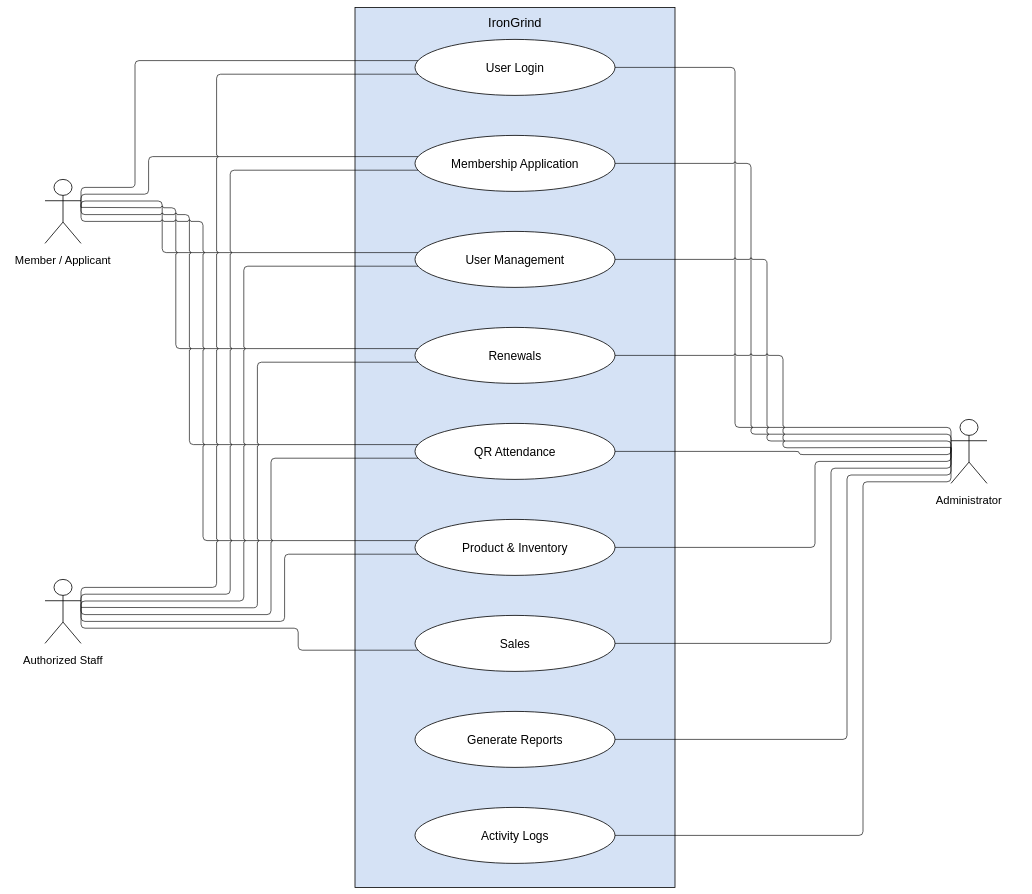
IronGrind/irongrind.github.io keeps this draw.io diagram as Documentations/Chapter 3 Diagrams/04-use-cases.drawio. Above is the earlier version. Source tidied: cells renumbered, new cells numbered last; positions are measured from the earlier drawing's top-left corner, leaving out a move shared by most shapes. Both pictures are drawn from the tidied source at 40%, with x=0, y=0 at pixel (7, 7).
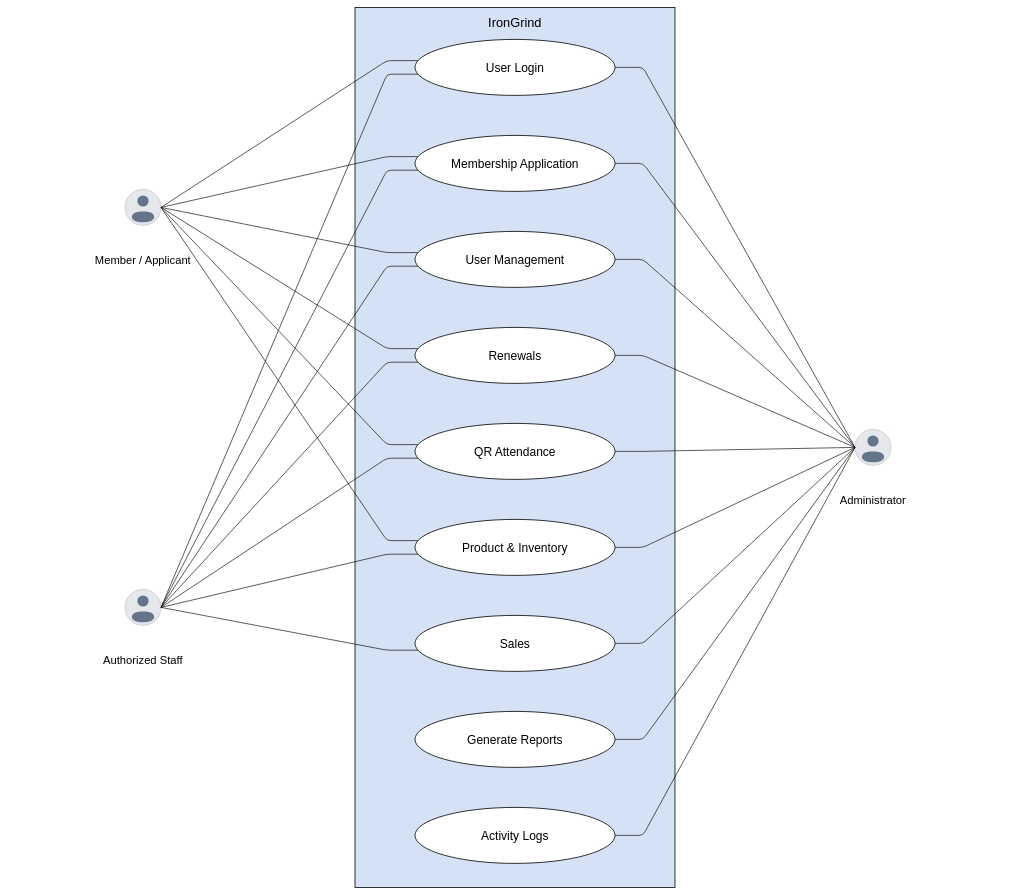
The same diagram, later.

Commit message (it also covers changes not shown here):
Update use case diagram generation logic and adjust dimensions for better layout

Unchanged cells that the change refers to:
```xml
<mxCell id="4" value="User Login" style="ellipse;whiteSpace=wrap;html=0;fillColor=#ffffff;strokeColor=#000000;strokeWidth=2;fontFamily=Arial;fontSize=30;" parent="1" vertex="1">
  <mxGeometry x="1020" y="80" width="500" height="140" as="geometry" />
</mxCell>
<mxCell id="5" value="Membership Application" style="ellipse;whiteSpace=wrap;html=0;fillColor=#ffffff;strokeColor=#000000;strokeWidth=2;fontFamily=Arial;fontSize=30;" parent="1" vertex="1">
  <mxGeometry x="1020" y="320" width="500" height="140" as="geometry" />
</mxCell>
<mxCell id="6" value="User Management" style="ellipse;whiteSpace=wrap;html=0;fillColor=#ffffff;strokeColor=#000000;strokeWidth=2;fontFamily=Arial;fontSize=30;" parent="1" vertex="1">
  <mxGeometry x="1020" y="560" width="500" height="140" as="geometry" />
</mxCell>
<mxCell id="7" value="Renewals" style="ellipse;whiteSpace=wrap;html=0;fillColor=#ffffff;strokeColor=#000000;strokeWidth=2;fontFamily=Arial;fontSize=30;" parent="1" vertex="1">
  <mxGeometry x="1020" y="800" width="500" height="140" as="geometry" />
</mxCell>
<mxCell id="8" value="QR Attendance" style="ellipse;whiteSpace=wrap;html=0;fillColor=#ffffff;strokeColor=#000000;strokeWidth=2;fontFamily=Arial;fontSize=30;" parent="1" vertex="1">
  <mxGeometry x="1020" y="1040" width="500" height="140" as="geometry" />
</mxCell>
<mxCell id="9" value="Product &amp; Inventory" style="ellipse;whiteSpace=wrap;html=0;fillColor=#ffffff;strokeColor=#000000;strokeWidth=2;fontFamily=Arial;fontSize=30;" parent="1" vertex="1">
  <mxGeometry x="1020" y="1280" width="500" height="140" as="geometry" />
</mxCell>
<mxCell id="10" value="Sales" style="ellipse;whiteSpace=wrap;html=0;fillColor=#ffffff;strokeColor=#000000;strokeWidth=2;fontFamily=Arial;fontSize=30;" parent="1" vertex="1">
  <mxGeometry x="1020" y="1520" width="500" height="140" as="geometry" />
</mxCell>
<mxCell id="11" value="Generate Reports" style="ellipse;whiteSpace=wrap;html=0;fillColor=#ffffff;strokeColor=#000000;strokeWidth=2;fontFamily=Arial;fontSize=30;" parent="1" vertex="1">
  <mxGeometry x="1020" y="1760" width="500" height="140" as="geometry" />
</mxCell>
<mxCell id="12" value="Activity Logs" style="ellipse;whiteSpace=wrap;html=0;fillColor=#ffffff;strokeColor=#000000;strokeWidth=2;fontFamily=Arial;fontSize=30;" parent="1" vertex="1">
  <mxGeometry x="1020" y="2000" width="500" height="140" as="geometry" />
</mxCell>
```

Diff of the diagram source:
```diff
@@
-    <mxCell id="13" style="shape=umlActor;verticalLabelPosition=bottom;verticalAlign=top;fillColor=#ffffff;strokeColor=#000000;strokeWidth=2;" parent="1" vertex="1">
-      <mxGeometry x="95" y="430" width="90" height="160" as="geometry" />
+    <mxCell id="13" style="group;" parent="1" vertex="1">
+      <mxGeometry x="295" y="430" width="90" height="160" as="geometry" />
     </mxCell>
-    <mxCell id="14" value="Member / Applicant" style="text;html=0;whiteSpace=wrap;align=center;fontFamily=Arial;fontSize=28;" parent="1" vertex="1">
-      <mxGeometry y="610" width="280" height="50" as="geometry" />
+    <mxCell id="14" style="ellipse;fillColor=#e5e7eb;strokeColor=#9ca3af;strokeWidth=1;" parent="13" vertex="1">
+      <mxGeometry y="25" width="90" height="90" as="geometry" />
     </mxCell>
+    <mxCell id="21" style="ellipse;fillColor=#64748b;strokeColor=none;" parent="13" vertex="1">
+      <mxGeometry x="31" y="40" width="28" height="28" as="geometry" />
+    </mxCell>
+    <mxCell id="22" style="rounded=1;arcSize=80;fillColor=#64748b;strokeColor=none;" parent="13" vertex="1">
+      <mxGeometry x="17" y="80" width="56" height="27" as="geometry" />
+    </mxCell>
+    <mxCell id="30" value="Member / Applicant" style="text;html=0;whiteSpace=wrap;align=center;fontFamily=Arial;fontSize=28;" parent="1" vertex="1">
+      <mxGeometry x="200" y="610" width="280" height="50" as="geometry" />
+    </mxCell>
-    <mxCell id="15" style="edgeStyle=segmentEdgeStyle;startArrow=none;endArrow=none;jumpStyle=arc;jumpSize=6;strokeColor=#000000;strokeWidth=1.6;exitX=1;exitY=0.4375;entryX=0.014968967961000999;entryY=0.37857142857142856;exitPerimeter=0;entryPerimeter=0;" parent="1" edge="1" source="13" target="4">
+    <mxCell id="15" style="edgeStyle=none;startArrow=none;endArrow=none;strokeColor=#000000;strokeWidth=1.6;exitX=1;exitY=0.4375;entryX=0.014968967961001226;entryY=0.37857142857142856;exitPerimeter=0;entryPerimeter=0;" parent="1" edge="1" source="13" target="4">
       <mxGeometry relative="1" as="geometry">
         <Array as="points">
-          <mxPoint x="320" y="450" />
-          <mxPoint x="320" y="133" />
+          <mxPoint x="950" y="133" />
         </Array>
       </mxGeometry>
     </mxCell>
-    <mxCell id="16" style="edgeStyle=segmentEdgeStyle;startArrow=none;endArrow=none;jumpStyle=arc;jumpSize=6;strokeColor=#000000;strokeWidth=1.6;exitX=1;exitY=0.4375;entryX=0.014968967961000999;entryY=0.37857142857142856;exitPerimeter=0;entryPerimeter=0;" parent="1" edge="1" source="13" target="5">
+    <mxCell id="16" style="edgeStyle=none;startArrow=none;endArrow=none;strokeColor=#000000;strokeWidth=1.6;exitX=1;exitY=0.4375;entryX=0.014968967961001226;entryY=0.37857142857142856;exitPerimeter=0;entryPerimeter=0;" parent="1" edge="1" source="13" target="5">
       <mxGeometry relative="1" as="geometry">
         <Array as="points">
-          <mxPoint x="354" y="467" />
-          <mxPoint x="354" y="373" />
+          <mxPoint x="950" y="373" />
         </Array>
       </mxGeometry>
     </mxCell>
-    <mxCell id="17" style="edgeStyle=segmentEdgeStyle;startArrow=none;endArrow=none;jumpStyle=arc;jumpSize=6;strokeColor=#000000;strokeWidth=1.6;exitX=1;exitY=0.4375;entryX=0.014968967961000999;entryY=0.37857142857142856;exitPerimeter=0;entryPerimeter=0;" parent="1" edge="1" source="13" target="6">
+    <mxCell id="17" style="edgeStyle=none;startArrow=none;endArrow=none;strokeColor=#000000;strokeWidth=1.6;exitX=1;exitY=0.4375;entryX=0.014968967961001226;entryY=0.37857142857142856;exitPerimeter=0;entryPerimeter=0;" parent="1" edge="1" source="13" target="6">
       <mxGeometry relative="1" as="geometry">
         <Array as="points">
-          <mxPoint x="388" y="484" />
-          <mxPoint x="388" y="613" />
+          <mxPoint x="950" y="613" />
         </Array>
       </mxGeometry>
     </mxCell>
-    <mxCell id="18" style="edgeStyle=segmentEdgeStyle;startArrow=none;endArrow=none;jumpStyle=arc;jumpSize=6;strokeColor=#000000;strokeWidth=1.6;exitX=1;exitY=0.4375;entryX=0.014968967961000999;entryY=0.37857142857142856;exitPerimeter=0;entryPerimeter=0;" parent="1" edge="1" source="13" target="7">
+    <mxCell id="18" style="edgeStyle=none;startArrow=none;endArrow=none;strokeColor=#000000;strokeWidth=1.6;exitX=1;exitY=0.4375;entryX=0.014968967961001226;entryY=0.37857142857142856;exitPerimeter=0;entryPerimeter=0;" parent="1" edge="1" source="13" target="7">
       <mxGeometry relative="1" as="geometry">
         <Array as="points">
-          <mxPoint x="422" y="501" />
-          <mxPoint x="422" y="853" />
+          <mxPoint x="950" y="853" />
         </Array>
       </mxGeometry>
     </mxCell>
-    <mxCell id="19" style="edgeStyle=segmentEdgeStyle;startArrow=none;endArrow=none;jumpStyle=arc;jumpSize=6;strokeColor=#000000;strokeWidth=1.6;exitX=1;exitY=0.4375;entryX=0.014968967961000999;entryY=0.37857142857142856;exitPerimeter=0;entryPerimeter=0;" parent="1" edge="1" source="13" target="8">
+    <mxCell id="19" style="edgeStyle=none;startArrow=none;endArrow=none;strokeColor=#000000;strokeWidth=1.6;exitX=1;exitY=0.4375;entryX=0.014968967961001226;entryY=0.37857142857142856;exitPerimeter=0;entryPerimeter=0;" parent="1" edge="1" source="13" target="8">
       <mxGeometry relative="1" as="geometry">
         <Array as="points">
-          <mxPoint x="456" y="518" />
-          <mxPoint x="456" y="1093" />
+          <mxPoint x="950" y="1093" />
         </Array>
       </mxGeometry>
     </mxCell>
-    <mxCell id="20" style="edgeStyle=segmentEdgeStyle;startArrow=none;endArrow=none;jumpStyle=arc;jumpSize=6;strokeColor=#000000;strokeWidth=1.6;exitX=1;exitY=0.4375;entryX=0.014968967961000999;entryY=0.37857142857142856;exitPerimeter=0;entryPerimeter=0;" parent="1" edge="1" source="13" target="9">
+    <mxCell id="20" style="edgeStyle=none;startArrow=none;endArrow=none;strokeColor=#000000;strokeWidth=1.6;exitX=1;exitY=0.4375;entryX=0.014968967961001226;entryY=0.37857142857142856;exitPerimeter=0;entryPerimeter=0;" parent="1" edge="1" source="13" target="9">
       <mxGeometry relative="1" as="geometry">
         <Array as="points">
-          <mxPoint x="490" y="535" />
-          <mxPoint x="490" y="1333" />
+          <mxPoint x="950" y="1333" />
         </Array>
       </mxGeometry>
     </mxCell>
-    <mxCell id="21" style="shape=umlActor;verticalLabelPosition=bottom;verticalAlign=top;fillColor=#ffffff;strokeColor=#000000;strokeWidth=2;" parent="1" vertex="1">
-      <mxGeometry x="95" y="1430" width="90" height="160" as="geometry" />
-    </mxCell>
-    <mxCell id="22" value="Authorized Staff" style="text;html=0;whiteSpace=wrap;align=center;fontFamily=Arial;fontSize=28;" parent="1" vertex="1">
-      <mxGeometry y="1610" width="280" height="50" as="geometry" />
-    </mxCell>
+    <mxCell id="31" style="group;" parent="1" vertex="1">
+      <mxGeometry x="295" y="1430" width="90" height="160" as="geometry" />
+    </mxCell>
+    <mxCell id="41" style="ellipse;fillColor=#e5e7eb;strokeColor=#9ca3af;strokeWidth=1;" parent="31" vertex="1">
+      <mxGeometry y="25" width="90" height="90" as="geometry" />
+    </mxCell>
+    <mxCell id="42" style="ellipse;fillColor=#64748b;strokeColor=none;" parent="31" vertex="1">
+      <mxGeometry x="31" y="40" width="28" height="28" as="geometry" />
+    </mxCell>
+    <mxCell id="43" style="rounded=1;arcSize=80;fillColor=#64748b;strokeColor=none;" parent="31" vertex="1">
+      <mxGeometry x="17" y="80" width="56" height="27" as="geometry" />
+    </mxCell>
+    <mxCell id="44" value="Authorized Staff" style="text;html=0;whiteSpace=wrap;align=center;fontFamily=Arial;fontSize=28;" parent="1" vertex="1">
+      <mxGeometry x="200" y="1610" width="280" height="50" as="geometry" />
+    </mxCell>
-    <mxCell id="23" style="edgeStyle=segmentEdgeStyle;startArrow=none;endArrow=none;jumpStyle=arc;jumpSize=6;strokeColor=#000000;strokeWidth=1.6;exitX=1;exitY=0.4375;entryX=0.014968967961000999;entryY=0.6214285714285714;exitPerimeter=0;entryPerimeter=0;" parent="1" edge="1" source="21" target="4">
+    <mxCell id="23" style="edgeStyle=none;startArrow=none;endArrow=none;strokeColor=#000000;strokeWidth=1.6;exitX=1;exitY=0.4375;entryX=0.014968967961001226;entryY=0.6214285714285714;exitPerimeter=0;entryPerimeter=0;" parent="1" edge="1" source="31" target="4">
       <mxGeometry relative="1" as="geometry">
         <Array as="points">
-          <mxPoint x="524" y="1450" />
-          <mxPoint x="524" y="167" />
+          <mxPoint x="950" y="167" />
         </Array>
       </mxGeometry>
     </mxCell>
-    <mxCell id="24" style="edgeStyle=segmentEdgeStyle;startArrow=none;endArrow=none;jumpStyle=arc;jumpSize=6;strokeColor=#000000;strokeWidth=1.6;exitX=1;exitY=0.4375;entryX=0.014968967961000999;entryY=0.6214285714285714;exitPerimeter=0;entryPerimeter=0;" parent="1" edge="1" source="21" target="5">
+    <mxCell id="24" style="edgeStyle=none;startArrow=none;endArrow=none;strokeColor=#000000;strokeWidth=1.6;exitX=1;exitY=0.4375;entryX=0.014968967961001226;entryY=0.6214285714285714;exitPerimeter=0;entryPerimeter=0;" parent="1" edge="1" source="31" target="5">
       <mxGeometry relative="1" as="geometry">
         <Array as="points">
-          <mxPoint x="558" y="1467" />
-          <mxPoint x="558" y="407" />
+          <mxPoint x="950" y="407" />
         </Array>
       </mxGeometry>
     </mxCell>
-    <mxCell id="25" style="edgeStyle=segmentEdgeStyle;startArrow=none;endArrow=none;jumpStyle=arc;jumpSize=6;strokeColor=#000000;strokeWidth=1.6;exitX=1;exitY=0.4375;entryX=0.014968967961000999;entryY=0.6214285714285714;exitPerimeter=0;entryPerimeter=0;" parent="1" edge="1" source="21" target="6">
+    <mxCell id="25" style="edgeStyle=none;startArrow=none;endArrow=none;strokeColor=#000000;strokeWidth=1.6;exitX=1;exitY=0.4375;entryX=0.014968967961001226;entryY=0.6214285714285714;exitPerimeter=0;entryPerimeter=0;" parent="1" edge="1" source="31" target="6">
       <mxGeometry relative="1" as="geometry">
         <Array as="points">
-          <mxPoint x="592" y="1484" />
-          <mxPoint x="592" y="647" />
+          <mxPoint x="950" y="647" />
         </Array>
       </mxGeometry>
     </mxCell>
-    <mxCell id="26" style="edgeStyle=segmentEdgeStyle;startArrow=none;endArrow=none;jumpStyle=arc;jumpSize=6;strokeColor=#000000;strokeWidth=1.6;exitX=1;exitY=0.4375;entryX=0.014968967961000999;entryY=0.6214285714285714;exitPerimeter=0;entryPerimeter=0;" parent="1" edge="1" source="21" target="7">
+    <mxCell id="26" style="edgeStyle=none;startArrow=none;endArrow=none;strokeColor=#000000;strokeWidth=1.6;exitX=1;exitY=0.4375;entryX=0.014968967961001226;entryY=0.6214285714285714;exitPerimeter=0;entryPerimeter=0;" parent="1" edge="1" source="31" target="7">
       <mxGeometry relative="1" as="geometry">
         <Array as="points">
-          <mxPoint x="626" y="1501" />
-          <mxPoint x="626" y="887" />
+          <mxPoint x="950" y="887" />
         </Array>
       </mxGeometry>
     </mxCell>
-    <mxCell id="27" style="edgeStyle=segmentEdgeStyle;startArrow=none;endArrow=none;jumpStyle=arc;jumpSize=6;strokeColor=#000000;strokeWidth=1.6;exitX=1;exitY=0.4375;entryX=0.014968967961000999;entryY=0.6214285714285714;exitPerimeter=0;entryPerimeter=0;" parent="1" edge="1" source="21" target="8">
+    <mxCell id="27" style="edgeStyle=none;startArrow=none;endArrow=none;strokeColor=#000000;strokeWidth=1.6;exitX=1;exitY=0.4375;entryX=0.014968967961001226;entryY=0.6214285714285714;exitPerimeter=0;entryPerimeter=0;" parent="1" edge="1" source="31" target="8">
       <mxGeometry relative="1" as="geometry">
         <Array as="points">
-          <mxPoint x="660" y="1518" />
-          <mxPoint x="660" y="1127" />
+          <mxPoint x="950" y="1127" />
         </Array>
       </mxGeometry>
     </mxCell>
-    <mxCell id="28" style="edgeStyle=segmentEdgeStyle;startArrow=none;endArrow=none;jumpStyle=arc;jumpSize=6;strokeColor=#000000;strokeWidth=1.6;exitX=1;exitY=0.4375;entryX=0.014968967961000999;entryY=0.6214285714285714;exitPerimeter=0;entryPerimeter=0;" parent="1" edge="1" source="21" target="9">
+    <mxCell id="28" style="edgeStyle=none;startArrow=none;endArrow=none;strokeColor=#000000;strokeWidth=1.6;exitX=1;exitY=0.4375;entryX=0.014968967961001226;entryY=0.6214285714285714;exitPerimeter=0;entryPerimeter=0;" parent="1" edge="1" source="31" target="9">
       <mxGeometry relative="1" as="geometry">
         <Array as="points">
-          <mxPoint x="694" y="1535" />
-          <mxPoint x="694" y="1367" />
+          <mxPoint x="950" y="1367" />
         </Array>
       </mxGeometry>
     </mxCell>
-    <mxCell id="29" style="edgeStyle=segmentEdgeStyle;startArrow=none;endArrow=none;jumpStyle=arc;jumpSize=6;strokeColor=#000000;strokeWidth=1.6;exitX=1;exitY=0.4375;entryX=0.014968967961000999;entryY=0.6214285714285714;exitPerimeter=0;entryPerimeter=0;" parent="1" edge="1" source="21" target="10">
+    <mxCell id="29" style="edgeStyle=none;startArrow=none;endArrow=none;strokeColor=#000000;strokeWidth=1.6;exitX=1;exitY=0.4375;entryX=0.014968967961001226;entryY=0.6214285714285714;exitPerimeter=0;entryPerimeter=0;" parent="1" edge="1" source="31" target="10">
       <mxGeometry relative="1" as="geometry">
         <Array as="points">
-          <mxPoint x="728" y="1552" />
-          <mxPoint x="728" y="1607" />
+          <mxPoint x="950" y="1607" />
         </Array>
       </mxGeometry>
     </mxCell>
-    <mxCell id="30" style="shape=umlActor;verticalLabelPosition=bottom;verticalAlign=top;fillColor=#ffffff;strokeColor=#000000;strokeWidth=2;" parent="1" vertex="1">
-      <mxGeometry x="2360" y="1030" width="90" height="160" as="geometry" />
-    </mxCell>
-    <mxCell id="31" value="Administrator" style="text;html=0;whiteSpace=wrap;align=center;fontFamily=Arial;fontSize=28;" parent="1" vertex="1">
-      <mxGeometry x="2265" y="1210" width="280" height="50" as="geometry" />
-    </mxCell>
+    <mxCell id="45" style="group;" parent="1" vertex="1">
+      <mxGeometry x="2120" y="1030" width="90" height="160" as="geometry" />
+    </mxCell>
+    <mxCell id="46" style="ellipse;fillColor=#e5e7eb;strokeColor=#9ca3af;strokeWidth=1;" parent="45" vertex="1">
+      <mxGeometry y="25" width="90" height="90" as="geometry" />
+    </mxCell>
+    <mxCell id="47" style="ellipse;fillColor=#64748b;strokeColor=none;" parent="45" vertex="1">
+      <mxGeometry x="31" y="40" width="28" height="28" as="geometry" />
+    </mxCell>
+    <mxCell id="48" style="rounded=1;arcSize=80;fillColor=#64748b;strokeColor=none;" parent="45" vertex="1">
+      <mxGeometry x="17" y="80" width="56" height="27" as="geometry" />
+    </mxCell>
+    <mxCell id="49" value="Administrator" style="text;html=0;whiteSpace=wrap;align=center;fontFamily=Arial;fontSize=28;" parent="1" vertex="1">
+      <mxGeometry x="2025" y="1210" width="280" height="50" as="geometry" />
+    </mxCell>
-    <mxCell id="32" style="edgeStyle=segmentEdgeStyle;startArrow=none;endArrow=none;jumpStyle=arc;jumpSize=6;strokeColor=#000000;strokeWidth=1.6;exitX=0;exitY=0.4375;entryX=1;entryY=0.5;exitPerimeter=0;entryPerimeter=0;" parent="1" edge="1" source="30" target="4">
+    <mxCell id="32" style="edgeStyle=none;startArrow=none;endArrow=none;strokeColor=#000000;strokeWidth=1.6;exitX=0;exitY=0.4375;entryX=1;entryY=0.5;exitPerimeter=0;entryPerimeter=0;" parent="1" edge="1" source="45" target="4">
       <mxGeometry relative="1" as="geometry">
         <Array as="points">
-          <mxPoint x="1820" y="1050" />
-          <mxPoint x="1820" y="150" />
+          <mxPoint x="1590" y="150" />
         </Array>
       </mxGeometry>
     </mxCell>
-    <mxCell id="33" style="edgeStyle=segmentEdgeStyle;startArrow=none;endArrow=none;jumpStyle=arc;jumpSize=6;strokeColor=#000000;strokeWidth=1.6;exitX=0;exitY=0.4375;entryX=1;entryY=0.5;exitPerimeter=0;entryPerimeter=0;" parent="1" edge="1" source="30" target="5">
+    <mxCell id="33" style="edgeStyle=none;startArrow=none;endArrow=none;strokeColor=#000000;strokeWidth=1.6;exitX=0;exitY=0.4375;entryX=1;entryY=0.5;exitPerimeter=0;entryPerimeter=0;" parent="1" edge="1" source="45" target="5">
       <mxGeometry relative="1" as="geometry">
         <Array as="points">
-          <mxPoint x="1860" y="1067" />
-          <mxPoint x="1860" y="390" />
+          <mxPoint x="1590" y="390" />
         </Array>
       </mxGeometry>
     </mxCell>
-    <mxCell id="34" style="edgeStyle=segmentEdgeStyle;startArrow=none;endArrow=none;jumpStyle=arc;jumpSize=6;strokeColor=#000000;strokeWidth=1.6;exitX=0;exitY=0.4375;entryX=1;entryY=0.5;exitPerimeter=0;entryPerimeter=0;" parent="1" edge="1" source="30" target="6">
+    <mxCell id="34" style="edgeStyle=none;startArrow=none;endArrow=none;strokeColor=#000000;strokeWidth=1.6;exitX=0;exitY=0.4375;entryX=1;entryY=0.5;exitPerimeter=0;entryPerimeter=0;" parent="1" edge="1" source="45" target="6">
       <mxGeometry relative="1" as="geometry">
         <Array as="points">
-          <mxPoint x="1900" y="1084" />
-          <mxPoint x="1900" y="630" />
+          <mxPoint x="1590" y="630" />
         </Array>
       </mxGeometry>
     </mxCell>
-    <mxCell id="35" style="edgeStyle=segmentEdgeStyle;startArrow=none;endArrow=none;jumpStyle=arc;jumpSize=6;strokeColor=#000000;strokeWidth=1.6;exitX=0;exitY=0.4375;entryX=1;entryY=0.5;exitPerimeter=0;entryPerimeter=0;" parent="1" edge="1" source="30" target="7">
+    <mxCell id="35" style="edgeStyle=none;startArrow=none;endArrow=none;strokeColor=#000000;strokeWidth=1.6;exitX=0;exitY=0.4375;entryX=1;entryY=0.5;exitPerimeter=0;entryPerimeter=0;" parent="1" edge="1" source="45" target="7">
       <mxGeometry relative="1" as="geometry">
         <Array as="points">
-          <mxPoint x="1940" y="1101" />
-          <mxPoint x="1940" y="870" />
+          <mxPoint x="1590" y="870" />
         </Array>
       </mxGeometry>
     </mxCell>
-    <mxCell id="36" style="edgeStyle=segmentEdgeStyle;startArrow=none;endArrow=none;jumpStyle=arc;jumpSize=6;strokeColor=#000000;strokeWidth=1.6;exitX=0;exitY=0.4375;entryX=1;entryY=0.5;exitPerimeter=0;entryPerimeter=0;" parent="1" edge="1" source="30" target="8">
+    <mxCell id="36" style="edgeStyle=none;startArrow=none;endArrow=none;strokeColor=#000000;strokeWidth=1.6;exitX=0;exitY=0.4375;entryX=1;entryY=0.5;exitPerimeter=0;entryPerimeter=0;" parent="1" edge="1" source="45" target="8">
       <mxGeometry relative="1" as="geometry">
         <Array as="points">
-          <mxPoint x="1980" y="1118" />
-          <mxPoint x="1980" y="1110" />
+          <mxPoint x="1590" y="1110" />
         </Array>
       </mxGeometry>
     </mxCell>
-    <mxCell id="37" style="edgeStyle=segmentEdgeStyle;startArrow=none;endArrow=none;jumpStyle=arc;jumpSize=6;strokeColor=#000000;strokeWidth=1.6;exitX=0;exitY=0.4375;entryX=1;entryY=0.5;exitPerimeter=0;entryPerimeter=0;" parent="1" edge="1" source="30" target="9">
+    <mxCell id="37" style="edgeStyle=none;startArrow=none;endArrow=none;strokeColor=#000000;strokeWidth=1.6;exitX=0;exitY=0.4375;entryX=1;entryY=0.5;exitPerimeter=0;entryPerimeter=0;" parent="1" edge="1" source="45" target="9">
       <mxGeometry relative="1" as="geometry">
         <Array as="points">
-          <mxPoint x="2020" y="1135" />
-          <mxPoint x="2020" y="1350" />
+          <mxPoint x="1590" y="1350" />
         </Array>
       </mxGeometry>
     </mxCell>
-    <mxCell id="38" style="edgeStyle=segmentEdgeStyle;startArrow=none;endArrow=none;jumpStyle=arc;jumpSize=6;strokeColor=#000000;strokeWidth=1.6;exitX=0;exitY=0.4375;entryX=1;entryY=0.5;exitPerimeter=0;entryPerimeter=0;" parent="1" edge="1" source="30" target="10">
+    <mxCell id="38" style="edgeStyle=none;startArrow=none;endArrow=none;strokeColor=#000000;strokeWidth=1.6;exitX=0;exitY=0.4375;entryX=1;entryY=0.5;exitPerimeter=0;entryPerimeter=0;" parent="1" edge="1" source="45" target="10">
       <mxGeometry relative="1" as="geometry">
         <Array as="points">
-          <mxPoint x="2060" y="1152" />
-          <mxPoint x="2060" y="1590" />
+          <mxPoint x="1590" y="1590" />
         </Array>
       </mxGeometry>
     </mxCell>
-    <mxCell id="39" style="edgeStyle=segmentEdgeStyle;startArrow=none;endArrow=none;jumpStyle=arc;jumpSize=6;strokeColor=#000000;strokeWidth=1.6;exitX=0;exitY=0.4375;entryX=1;entryY=0.5;exitPerimeter=0;entryPerimeter=0;" parent="1" edge="1" source="30" target="11">
+    <mxCell id="39" style="edgeStyle=none;startArrow=none;endArrow=none;strokeColor=#000000;strokeWidth=1.6;exitX=0;exitY=0.4375;entryX=1;entryY=0.5;exitPerimeter=0;entryPerimeter=0;" parent="1" edge="1" source="45" target="11">
       <mxGeometry relative="1" as="geometry">
         <Array as="points">
-          <mxPoint x="2100" y="1169" />
-          <mxPoint x="2100" y="1830" />
+          <mxPoint x="1590" y="1830" />
         </Array>
       </mxGeometry>
     </mxCell>
-    <mxCell id="40" style="edgeStyle=segmentEdgeStyle;startArrow=none;endArrow=none;jumpStyle=arc;jumpSize=6;strokeColor=#000000;strokeWidth=1.6;exitX=0;exitY=0.4375;entryX=1;entryY=0.5;exitPerimeter=0;entryPerimeter=0;" parent="1" edge="1" source="30" target="12">
+    <mxCell id="40" style="edgeStyle=none;startArrow=none;endArrow=none;strokeColor=#000000;strokeWidth=1.6;exitX=0;exitY=0.4375;entryX=1;entryY=0.5;exitPerimeter=0;entryPerimeter=0;" parent="1" edge="1" source="45" target="12">
       <mxGeometry relative="1" as="geometry">
         <Array as="points">
-          <mxPoint x="2140" y="1186" />
-          <mxPoint x="2140" y="2070" />
+          <mxPoint x="1590" y="2070" />
         </Array>
       </mxGeometry>
     </mxCell>
```
